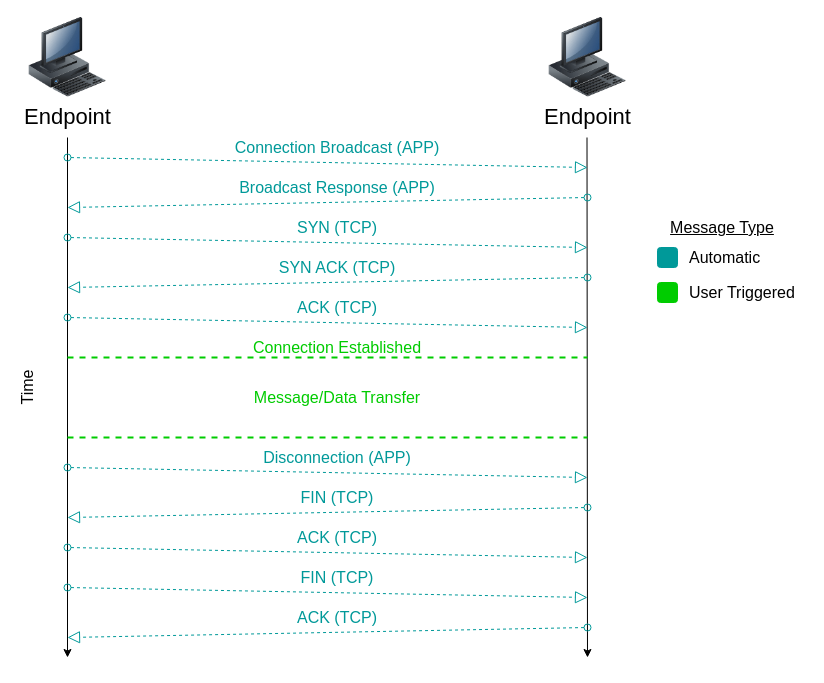
B3W/Endpoints keeps this draw.io diagram as page "Connection" (1 of 3) of docs/Endpoint-App-Diagrams.drawio. Above is the earlier version. Source tidied: cells renumbered, new cells numbered last; positions are measured from the earlier drawing's top-left corner, leaving out a move shared by most shapes. Both pictures are drawn from the tidied source at 100%, with x=0, y=0 at pixel (7, 17).
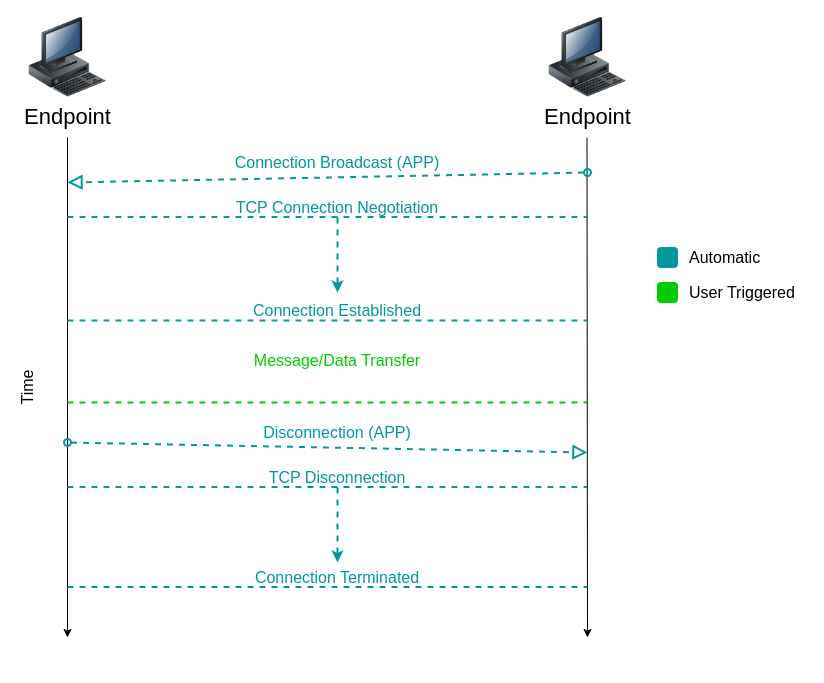
The same page after the edit.

Commit message (it also covers changes not shown here):
Simplified connection protocol.

What changed in the source:
```diff
@@
     <mxCell id="4" style="endArrow=classic;html=1;" parent="1" edge="1">
       <mxGeometry relative="1" as="geometry">
         <mxPoint x="60" y="120" as="sourcePoint" />
-        <mxPoint x="60" y="640" as="targetPoint" />
+        <mxPoint x="60" y="620" as="targetPoint" />
       </mxGeometry>
     </mxCell>
     <mxCell id="5" style="endArrow=classic;html=1;" parent="1" edge="1">
       <mxGeometry relative="1" as="geometry">
         <mxPoint x="579.5" y="120" as="sourcePoint" />
-        <mxPoint x="580" y="640" as="targetPoint" />
+        <mxPoint x="580" y="620" as="targetPoint" />
       </mxGeometry>
     </mxCell>
@@
-    <mxCell id="7" style="startArrow=oval;startFill=0;startSize=7;endArrow=block;endFill=0;endSize=10;dashed=1;html=1;fontSize=16;strokeColor=#009999;" parent="1" edge="1">
-      <mxGeometry relative="1" as="geometry">
-        <mxPoint x="60" y="140" as="sourcePoint" />
-        <mxPoint x="580" y="150" as="targetPoint" />
-      </mxGeometry>
-    </mxCell>
-    <mxCell id="8" value="&lt;div&gt;Connection Broadcast (APP)&lt;/div&gt;" style="text;html=1;align=center;verticalAlign=middle;whiteSpace=wrap;rounded=0;fontSize=16;fontColor=#009999;" parent="1" vertex="1">
-      <mxGeometry x="220" y="120" width="220" height="20" as="geometry" />
-    </mxCell>
-    <mxCell id="9" style="startArrow=oval;startFill=0;startSize=7;endArrow=block;endFill=0;endSize=10;dashed=1;html=1;fontSize=16;strokeColor=#009999;" parent="1" edge="1">
+    <mxCell id="9" style="startArrow=oval;startFill=0;startSize=7;endArrow=block;endFill=0;endSize=10;dashed=1;html=1;fontSize=16;strokeColor=#009999;strokeWidth=2;" parent="1" edge="1">
       <mxGeometry relative="1" as="geometry">
-        <mxPoint x="580" y="180" as="sourcePoint" />
-        <mxPoint x="60" y="190" as="targetPoint" />
+        <mxPoint x="580" y="155" as="sourcePoint" />
+        <mxPoint x="60" y="165" as="targetPoint" />
       </mxGeometry>
     </mxCell>
-    <mxCell id="10" value="&lt;div&gt;Broadcast Response (APP)&lt;/div&gt;" style="text;html=1;align=center;verticalAlign=middle;whiteSpace=wrap;rounded=0;fontSize=16;fontColor=#009999;" parent="1" vertex="1">
-      <mxGeometry x="220" y="160" width="220" height="20" as="geometry" />
+    <mxCell id="10" value="&lt;div&gt;&lt;div&gt;Connection Broadcast (APP)&lt;/div&gt;&lt;/div&gt;" style="text;html=1;align=center;verticalAlign=middle;whiteSpace=wrap;rounded=0;fontSize=16;fontColor=#009999;" parent="1" vertex="1">
+      <mxGeometry x="220" y="135" width="220" height="20" as="geometry" />
     </mxCell>
-    <mxCell id="11" style="startArrow=oval;startFill=0;startSize=7;endArrow=block;endFill=0;endSize=10;dashed=1;html=1;fontSize=16;strokeColor=#009999;" parent="1" edge="1">
-      <mxGeometry relative="1" as="geometry">
-        <mxPoint x="60" y="220" as="sourcePoint" />
-        <mxPoint x="580" y="230" as="targetPoint" />
-      </mxGeometry>
-    </mxCell>
-    <mxCell id="12" value="&lt;div&gt;SYN (TCP)&lt;/div&gt;" style="text;html=1;align=center;verticalAlign=middle;whiteSpace=wrap;rounded=0;fontSize=16;fontColor=#009999;" parent="1" vertex="1">
-      <mxGeometry x="220" y="200" width="220" height="20" as="geometry" />
-    </mxCell>
-    <mxCell id="13" style="startArrow=oval;startFill=0;startSize=7;endArrow=block;endFill=0;endSize=10;dashed=1;html=1;fontSize=16;strokeColor=#009999;" parent="1" edge="1">
-      <mxGeometry relative="1" as="geometry">
-        <mxPoint x="580" y="260" as="sourcePoint" />
-        <mxPoint x="60" y="270" as="targetPoint" />
-      </mxGeometry>
-    </mxCell>
-    <mxCell id="14" value="&lt;div&gt;SYN ACK (TCP)&lt;/div&gt;" style="text;html=1;align=center;verticalAlign=middle;whiteSpace=wrap;rounded=0;fontSize=16;fontColor=#009999;" parent="1" vertex="1">
-      <mxGeometry x="220" y="240" width="220" height="20" as="geometry" />
-    </mxCell>
-    <mxCell id="15" style="startArrow=oval;startFill=0;startSize=7;endArrow=block;endFill=0;endSize=10;dashed=1;html=1;fontSize=16;strokeColor=#009999;" parent="1" edge="1">
-      <mxGeometry relative="1" as="geometry">
-        <mxPoint x="60" y="300" as="sourcePoint" />
-        <mxPoint x="580" y="310" as="targetPoint" />
-      </mxGeometry>
-    </mxCell>
-    <mxCell id="16" value="&lt;div&gt;ACK (TCP)&lt;/div&gt;" style="text;html=1;align=center;verticalAlign=middle;whiteSpace=wrap;rounded=0;fontSize=16;fontColor=#009999;" parent="1" vertex="1">
-      <mxGeometry x="220" y="280" width="220" height="20" as="geometry" />
-    </mxCell>
-    <mxCell id="17" style="endArrow=none;dashed=1;html=1;strokeColor=#00CC00;fontSize=16;fontColor=#00CC00;strokeWidth=2;" parent="1" edge="1">
+    <mxCell id="17" style="endArrow=none;dashed=1;html=1;strokeColor=#009999;fontSize=16;fontColor=#00CC00;strokeWidth=2;" parent="1" edge="1">
       <mxGeometry relative="1" as="geometry">
-        <mxPoint x="60" y="340" as="sourcePoint" />
-        <mxPoint x="580" y="340" as="targetPoint" />
+        <mxPoint x="60" y="303" as="sourcePoint" />
+        <mxPoint x="580" y="303" as="targetPoint" />
       </mxGeometry>
     </mxCell>
-    <mxCell id="18" value="Connection Established" style="text;html=1;align=center;verticalAlign=middle;whiteSpace=wrap;rounded=0;fontSize=16;fontColor=#00CC00;" parent="1" vertex="1">
-      <mxGeometry x="220" y="320" width="220" height="20" as="geometry" />
+    <mxCell id="18" value="Connection Established" style="text;html=1;align=center;verticalAlign=middle;whiteSpace=wrap;rounded=0;fontSize=16;fontColor=#009999;fillColor=none;strokeColor=none;" parent="1" vertex="1">
+      <mxGeometry x="220" y="283" width="220" height="20" as="geometry" />
     </mxCell>
-    <mxCell id="19" style="endArrow=none;dashed=1;html=1;strokeColor=#00CC00;fontSize=16;fontColor=#00CC00;strokeWidth=2;" parent="1" edge="1">
-      <mxGeometry relative="1" as="geometry">
-        <mxPoint x="60" y="420" as="sourcePoint" />
-        <mxPoint x="580" y="420" as="targetPoint" />
-      </mxGeometry>
-    </mxCell>
-    <mxCell id="20" style="startArrow=oval;startFill=0;startSize=7;endArrow=block;endFill=0;endSize=10;dashed=1;html=1;fontSize=16;strokeColor=#009999;" parent="1" edge="1">
+    <mxCell id="20" style="startArrow=oval;startFill=0;startSize=7;endArrow=block;endFill=0;endSize=10;dashed=1;html=1;fontSize=16;strokeColor=#009999;strokeWidth=2;" parent="1" edge="1">
       <mxGeometry relative="1" as="geometry">
-        <mxPoint x="60" y="450" as="sourcePoint" />
-        <mxPoint x="580" y="460" as="targetPoint" />
+        <mxPoint x="60" y="425" as="sourcePoint" />
+        <mxPoint x="580" y="435" as="targetPoint" />
       </mxGeometry>
     </mxCell>
     <mxCell id="21" value="&lt;div&gt;Disconnection (APP)&lt;/div&gt;" style="text;html=1;align=center;verticalAlign=middle;whiteSpace=wrap;rounded=0;fontSize=16;fontColor=#009999;" parent="1" vertex="1">
-      <mxGeometry x="220" y="430" width="220" height="20" as="geometry" />
+      <mxGeometry x="220" y="405" width="220" height="20" as="geometry" />
     </mxCell>
-    <mxCell id="22" style="startArrow=oval;startFill=0;startSize=7;endArrow=block;endFill=0;endSize=10;dashed=1;html=1;fontSize=16;strokeColor=#009999;" parent="1" edge="1">
-      <mxGeometry relative="1" as="geometry">
-        <mxPoint x="580" y="490" as="sourcePoint" />
-        <mxPoint x="60" y="500" as="targetPoint" />
-      </mxGeometry>
-    </mxCell>
-    <mxCell id="23" value="&lt;div&gt;FIN (TCP)&lt;/div&gt;" style="text;html=1;align=center;verticalAlign=middle;whiteSpace=wrap;rounded=0;fontSize=16;fontColor=#009999;" parent="1" vertex="1">
-      <mxGeometry x="220" y="470" width="220" height="20" as="geometry" />
-    </mxCell>
-    <mxCell id="24" style="startArrow=oval;startFill=0;startSize=7;endArrow=block;endFill=0;endSize=10;dashed=1;html=1;fontSize=16;strokeColor=#009999;" parent="1" edge="1">
-      <mxGeometry relative="1" as="geometry">
-        <mxPoint x="60" y="530" as="sourcePoint" />
-        <mxPoint x="580" y="540" as="targetPoint" />
-      </mxGeometry>
-    </mxCell>
-    <mxCell id="25" value="&lt;div&gt;ACK (TCP)&lt;/div&gt;" style="text;html=1;align=center;verticalAlign=middle;whiteSpace=wrap;rounded=0;fontSize=16;fontColor=#009999;" parent="1" vertex="1">
-      <mxGeometry x="220" y="510" width="220" height="20" as="geometry" />
-    </mxCell>
-    <mxCell id="26" style="startArrow=oval;startFill=0;startSize=7;endArrow=block;endFill=0;endSize=10;dashed=1;html=1;fontSize=16;strokeColor=#009999;" parent="1" edge="1">
-      <mxGeometry relative="1" as="geometry">
-        <mxPoint x="580" y="610" as="sourcePoint" />
-        <mxPoint x="60" y="620" as="targetPoint" />
-      </mxGeometry>
-    </mxCell>
-    <mxCell id="27" value="&lt;div&gt;ACK (TCP)&lt;/div&gt;" style="text;html=1;align=center;verticalAlign=middle;whiteSpace=wrap;rounded=0;fontSize=16;fontColor=#009999;" parent="1" vertex="1">
-      <mxGeometry x="220" y="590" width="220" height="20" as="geometry" />
-    </mxCell>
-    <mxCell id="28" style="startArrow=oval;startFill=0;startSize=7;endArrow=block;endFill=0;endSize=10;dashed=1;html=1;fontSize=16;strokeColor=#009999;" parent="1" edge="1">
-      <mxGeometry relative="1" as="geometry">
-        <mxPoint x="60" y="570" as="sourcePoint" />
-        <mxPoint x="580" y="580" as="targetPoint" />
-      </mxGeometry>
-    </mxCell>
-    <mxCell id="29" value="&lt;div&gt;FIN (TCP)&lt;/div&gt;" style="text;html=1;align=center;verticalAlign=middle;whiteSpace=wrap;rounded=0;fontSize=16;fontColor=#009999;" parent="1" vertex="1">
-      <mxGeometry x="220" y="550" width="220" height="20" as="geometry" />
-    </mxCell>
     <mxCell id="30" value="Message/Data Transfer" style="text;html=1;strokeColor=none;fillColor=none;align=center;verticalAlign=middle;whiteSpace=wrap;rounded=0;fontSize=16;fontColor=#00CC00;" parent="1" vertex="1">
-      <mxGeometry x="230" y="370" width="200" height="20" as="geometry" />
+      <mxGeometry x="230" y="333" width="200" height="20" as="geometry" />
     </mxCell>
@@
-    <mxCell id="35" value="Message Type" style="text;html=1;strokeColor=none;fillColor=none;align=center;verticalAlign=middle;whiteSpace=wrap;rounded=0;fontSize=16;fontColor=#000000;fontStyle=4;" parent="1" vertex="1">
-      <mxGeometry x="650" y="200" width="130" height="20" as="geometry" />
-    </mxCell>
+    <mxCell id="36" style="endArrow=none;dashed=1;html=1;strokeColor=#009999;fontSize=16;fontColor=#00CC00;strokeWidth=2;" parent="1" edge="1">
+      <mxGeometry relative="1" as="geometry">
+        <mxPoint x="60" y="199.5" as="sourcePoint" />
+        <mxPoint x="580" y="199.5" as="targetPoint" />
+      </mxGeometry>
+    </mxCell>
+    <mxCell id="37" value="TCP Connection Negotiation" style="text;html=1;align=center;verticalAlign=middle;whiteSpace=wrap;rounded=0;fontSize=16;fontColor=#009999;" parent="1" vertex="1">
+      <mxGeometry x="220" y="180" width="220" height="20" as="geometry" />
+    </mxCell>
+    <mxCell id="38" style="endArrow=classic;html=1;dashed=1;strokeColor=#009999;fontSize=13;fontColor=#009999;exitX=0.5;exitY=1;exitDx=0;exitDy=0;strokeWidth=2;" parent="1" edge="1" source="37">
+      <mxGeometry relative="1" as="geometry">
+        <mxPoint x="330" y="275" as="targetPoint" />
+      </mxGeometry>
+    </mxCell>
+    <mxCell id="39" style="endArrow=none;dashed=1;html=1;strokeColor=#00CC00;fontSize=16;fontColor=#00CC00;strokeWidth=2;" parent="1" edge="1">
+      <mxGeometry relative="1" as="geometry">
+        <mxPoint x="60" y="385" as="sourcePoint" />
+        <mxPoint x="580" y="385" as="targetPoint" />
+      </mxGeometry>
+    </mxCell>
+    <mxCell id="40" style="endArrow=none;dashed=1;html=1;strokeColor=#009999;fontSize=16;fontColor=#00CC00;strokeWidth=2;" parent="1" edge="1">
+      <mxGeometry relative="1" as="geometry">
+        <mxPoint x="60" y="469.5" as="sourcePoint" />
+        <mxPoint x="580" y="469.5" as="targetPoint" />
+      </mxGeometry>
+    </mxCell>
+    <mxCell id="41" value="TCP Disconnection" style="text;html=1;align=center;verticalAlign=middle;whiteSpace=wrap;rounded=0;fontSize=16;fontColor=#009999;" parent="1" vertex="1">
+      <mxGeometry x="220" y="450" width="220" height="20" as="geometry" />
+    </mxCell>
+    <mxCell id="42" style="endArrow=classic;html=1;dashed=1;strokeColor=#009999;fontSize=13;fontColor=#009999;exitX=0.5;exitY=1;exitDx=0;exitDy=0;strokeWidth=2;" parent="1" edge="1" source="41">
+      <mxGeometry relative="1" as="geometry">
+        <mxPoint x="330" y="545" as="targetPoint" />
+      </mxGeometry>
+    </mxCell>
+    <mxCell id="43" style="endArrow=none;dashed=1;html=1;strokeColor=#009999;fontSize=16;fontColor=#00CC00;strokeWidth=2;" parent="1" edge="1">
+      <mxGeometry relative="1" as="geometry">
+        <mxPoint x="60" y="569.5" as="sourcePoint" />
+        <mxPoint x="580" y="569.5" as="targetPoint" />
+      </mxGeometry>
+    </mxCell>
+    <mxCell id="44" value="Connection Terminated" style="text;html=1;align=center;verticalAlign=middle;whiteSpace=wrap;rounded=0;fontSize=16;fontColor=#009999;" parent="1" vertex="1">
+      <mxGeometry x="220" y="550" width="220" height="20" as="geometry" />
+    </mxCell>
```
